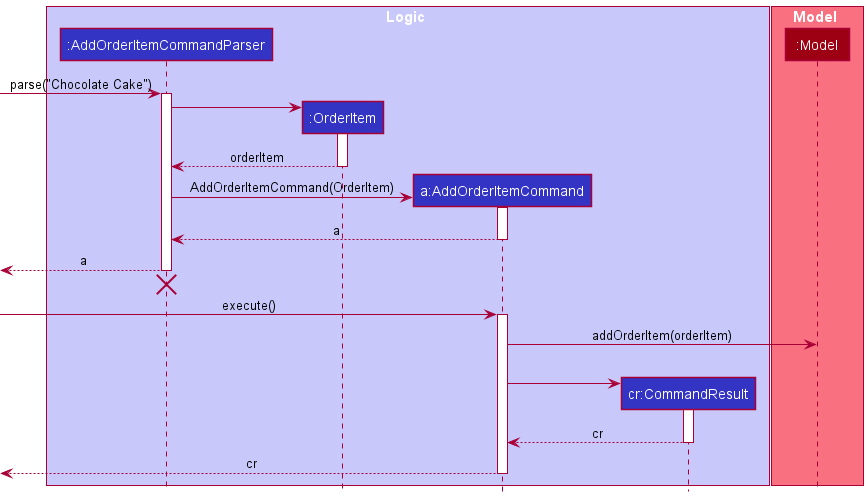
nus-cs2103-AY2021S2/tp keeps this PlantUML diagram as docs/images/AddOrderItemSequenceDiagram.png. Above is the earlier version. Its diagram source:
```plantuml
@startuml
!include style.puml

box Logic LOGIC_COLOR_T1
participant ":AddOrderItemCommandParser" as AddOrderItemCommandParser LOGIC_COLOR
participant ":OrderItem" as OrderItem LOGIC_COLOR
participant "a:AddOrderItemCommand" as AddOrderItemCommand LOGIC_COLOR
participant "cr:CommandResult" as CommandResult LOGIC_COLOR

end box

box Model MODEL_COLOR_T1
participant ":Model" as Model MODEL_COLOR
end box

[-> AddOrderItemCommandParser : parse("Chocolate Cake")
activate AddOrderItemCommandParser

create OrderItem
AddOrderItemCommandParser -> OrderItem
activate OrderItem

OrderItem --> AddOrderItemCommandParser : orderItem
deactivate OrderItem

create AddOrderItemCommand
AddOrderItemCommandParser -> AddOrderItemCommand : AddOrderItemCommand(OrderItem)
activate AddOrderItemCommand

AddOrderItemCommand --> AddOrderItemCommandParser : a
deactivate AddOrderItemCommand

[<-- AddOrderItemCommandParser : a
deactivate AddOrderItemCommandParser
[<-[hidden]- AddOrderItemCommandParser
destroy AddOrderItemCommandParser

[-> AddOrderItemCommand : execute()
activate AddOrderItemCommand

AddOrderItemCommand -> Model : addOrderItem(orderItem)

|||

create CommandResult
AddOrderItemCommand -> CommandResult
activate CommandResult

CommandResult --> AddOrderItemCommand : cr
deactivate CommandResult

[<-- AddOrderItemCommand : cr
deactivate AddOrderItemCommand

@enduml
```
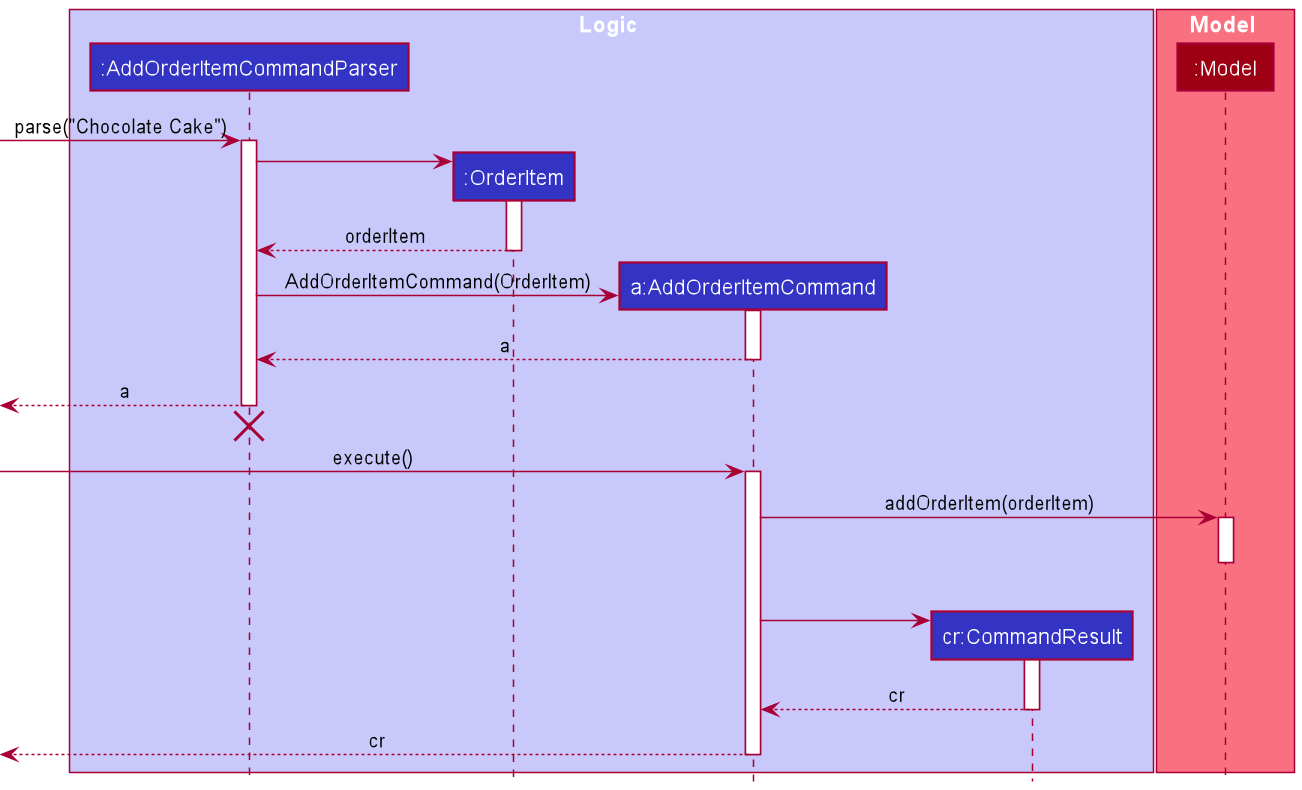
Above is the later version.

The edit, as a diff of the source:
```diff
@@ -39,6 +39,10 @@
 activate AddOrderItemCommand
 
 AddOrderItemCommand -> Model : addOrderItem(orderItem)
+activate Model
+deactivate Model
+
+
 
 |||
 
```
